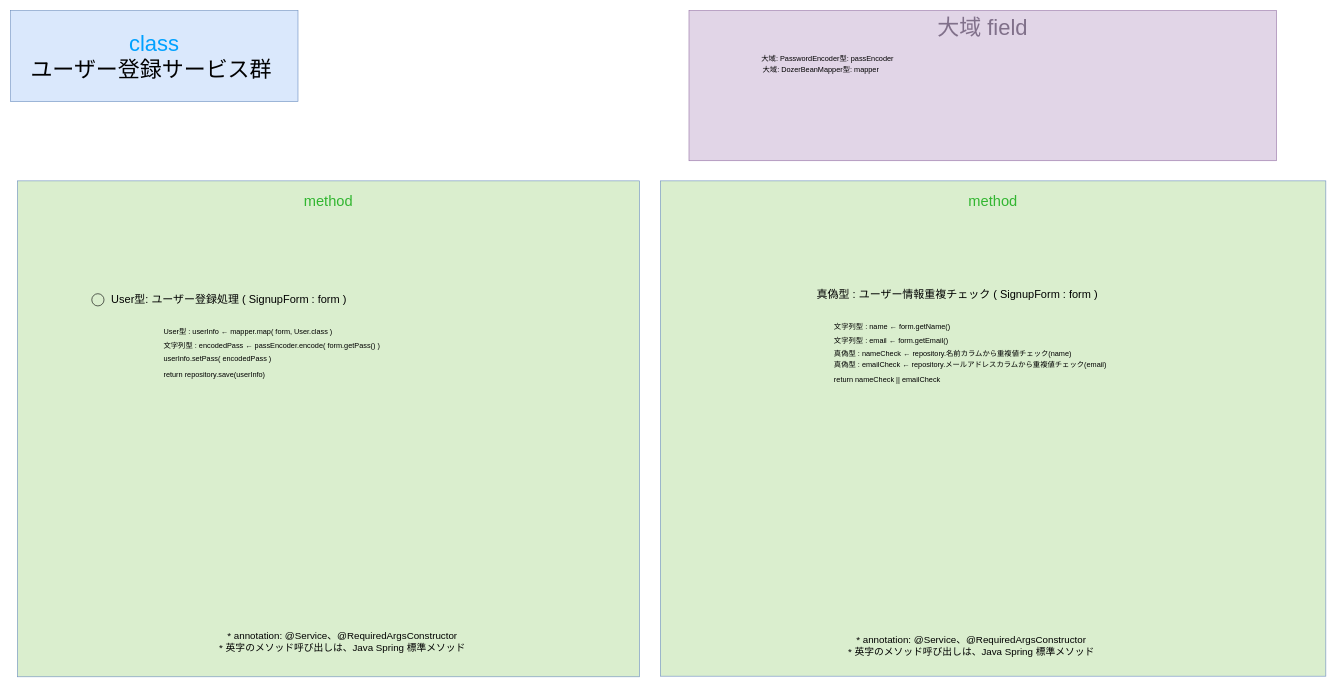
Before: gijigengo/service/user/meeting_reservation_sys service_user SignupService クラス 疑似言語.drawio in tro319/meeting_reservation_system, a draw.io diagram. Source tidied: cells renumbered, new cells numbered last; positions are measured from the earlier drawing's top-left corner, leaving out a move shared by most shapes. Both pictures are drawn from the tidied source at 61%, with x=0, y=0 at pixel (10, 10).
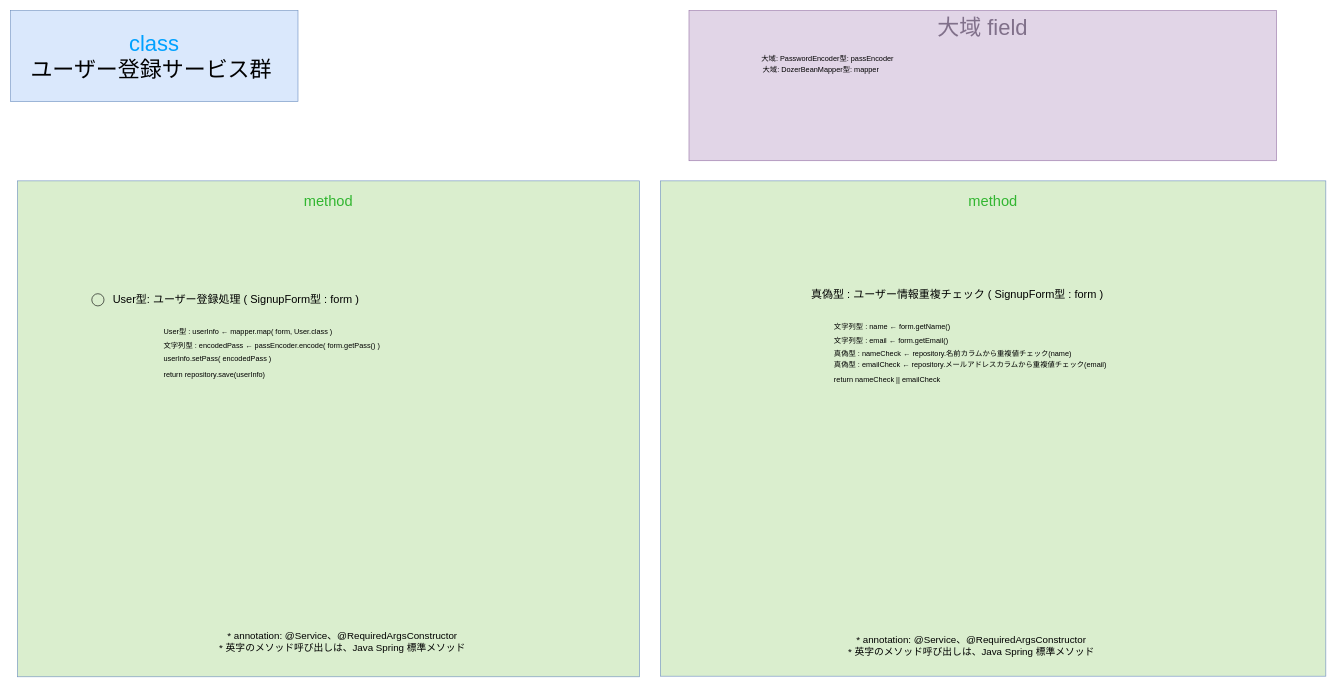
The same page after the edit.

Change to the diagram source:
```diff
@@
-    <mxCell id="11" value="&lt;font style=&quot;font-size: 18px;&quot;&gt;&lt;span&gt;&lt;span&gt;&lt;span style=&quot;color: rgb(0, 0, 0);&quot;&gt;&lt;font&gt;User型: ユーザー登録処理 ( SignupForm : form )&lt;/font&gt;&lt;/span&gt;&lt;/span&gt;&lt;/span&gt;&lt;/font&gt;" style="whiteSpace=wrap;html=1;fillColor=none;labelBorderColor=none;strokeColor=none;" parent="1" vertex="1">
-      <mxGeometry x="159" y="459" width="398" height="30" as="geometry" />
+    <mxCell id="11" value="&lt;font style=&quot;font-size: 18px;&quot;&gt;&lt;span&gt;&lt;span&gt;&lt;span style=&quot;color: rgb(0, 0, 0);&quot;&gt;&lt;font&gt;User型: ユーザー登録処理 ( SignupForm型 : form )&lt;/font&gt;&lt;/span&gt;&lt;/span&gt;&lt;/span&gt;&lt;/font&gt;" style="whiteSpace=wrap;html=1;fillColor=none;labelBorderColor=none;strokeColor=none;" parent="1" vertex="1">
+      <mxGeometry x="159" y="459" width="421" height="30" as="geometry" />
     </mxCell>
@@
-    <mxCell id="16" value="&lt;font style=&quot;font-size: 18px;&quot;&gt;&lt;span&gt;&lt;span&gt;&lt;span style=&quot;color: rgb(0, 0, 0);&quot;&gt;&lt;font&gt;真偽型 : ユーザー情報重複チェック ( SignupForm : form )&lt;/font&gt;&lt;/span&gt;&lt;/span&gt;&lt;/span&gt;&lt;/font&gt;" style="whiteSpace=wrap;html=1;fillColor=none;labelBorderColor=none;strokeColor=none;" parent="1" vertex="1">
+    <mxCell id="16" value="&lt;font style=&quot;font-size: 18px;&quot;&gt;&lt;span&gt;&lt;span&gt;&lt;span style=&quot;color: rgb(0, 0, 0);&quot;&gt;&lt;font&gt;真偽型 : ユーザー情報重複チェック ( SignupForm型 : form )&lt;/font&gt;&lt;/span&gt;&lt;/span&gt;&lt;/span&gt;&lt;/font&gt;" style="whiteSpace=wrap;html=1;fillColor=none;labelBorderColor=none;strokeColor=none;" parent="1" vertex="1">
       <mxGeometry x="1258" y="450.5" width="588" height="30" as="geometry" />
     </mxCell>
```
